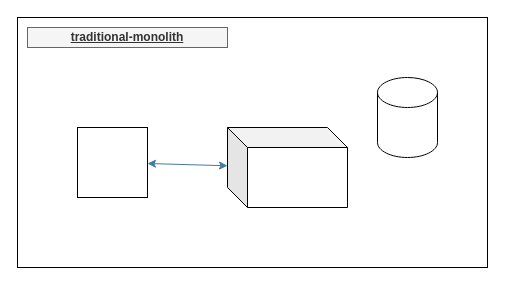
Before: traditional-monolith.drawio in omhmichaels/dockerized-deployment-pipelines, a draw.io diagram. Source tidied: cells renumbered, new cells numbered last; positions are measured from the earlier drawing's top-left corner, leaving out a move shared by most shapes. Both pictures are drawn from the tidied source at 100%, with x=0, y=0 at pixel (17, 17).
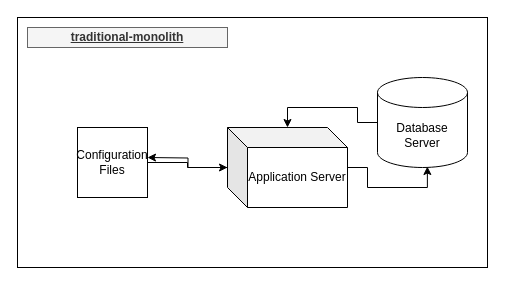
The same page after the edit.

What changed in the source:
```diff
@@
 <mxGraphModel>
   <root>
     <mxCell id="0" />
     <mxCell id="1" parent="0" />
     <mxCell id="2" style="rounded=0;whiteSpace=wrap;html=1;" parent="1" vertex="1">
       <mxGeometry width="470" height="250" as="geometry" />
     </mxCell>
     <mxCell id="3" value="&lt;p&gt;&lt;b&gt;&lt;u&gt;traditional-monolith&lt;/u&gt;&lt;/b&gt;&lt;/p&gt;" style="text;html=1;strokeColor=#666666;align=center;verticalAlign=middle;whiteSpace=wrap;rounded=0;fillColor=#f5f5f5;fontColor=#333333;" parent="1" vertex="1">
       <mxGeometry x="10" y="10" width="200" height="20" as="geometry" />
     </mxCell>
     <mxCell id="4" parent="0" />
+    <mxCell id="10" style="edgeStyle=orthogonalEdgeStyle;rounded=0;jettySize=auto;html=1;" parent="4" edge="1" source="5" target="6">
+      <mxGeometry relative="1" as="geometry">
+        <Array as="points">
+          <mxPoint x="340" y="105" />
+          <mxPoint x="340" y="90" />
+          <mxPoint x="270" y="90" />
+        </Array>
+      </mxGeometry>
+    </mxCell>
-    <mxCell id="5" style="shape=cylinder3;whiteSpace=wrap;html=1;boundedLbl=1;backgroundOutline=1;size=15;fillColor=#ffffff;" parent="4" vertex="1">
-      <mxGeometry x="360" y="60" width="60" height="80" as="geometry" />
+    <mxCell id="5" value="Database Server" style="shape=cylinder3;whiteSpace=wrap;html=1;boundedLbl=1;backgroundOutline=1;size=15;fillColor=#ffffff;" parent="4" vertex="1">
+      <mxGeometry x="360" y="60" width="90" height="90" as="geometry" />
     </mxCell>
+    <mxCell id="11" style="edgeStyle=orthogonalEdgeStyle;rounded=0;jettySize=auto;html=1;entryX=0.554;entryY=0.989;entryDx=0;entryDy=0;entryPerimeter=0;" parent="4" edge="1" source="6" target="5">
+      <mxGeometry relative="1" as="geometry" />
+    </mxCell>
+    <mxCell id="12" style="edgeStyle=orthogonalEdgeStyle;rounded=0;jettySize=auto;html=1;" parent="4" edge="1" source="6">
+      <mxGeometry relative="1" as="geometry">
+        <mxPoint x="130" y="140" as="targetPoint" />
+      </mxGeometry>
+    </mxCell>
-    <mxCell id="6" style="shape=cube;whiteSpace=wrap;html=1;boundedLbl=1;backgroundOutline=1;darkOpacity=0.05;darkOpacity2=0.1;fillColor=#ffffff;" parent="4" vertex="1">
+    <mxCell id="6" value="Application Server" style="shape=cube;whiteSpace=wrap;html=1;boundedLbl=1;backgroundOutline=1;darkOpacity=0.05;darkOpacity2=0.1;fillColor=#ffffff;" parent="4" vertex="1">
       <mxGeometry x="210" y="110" width="120" height="80" as="geometry" />
     </mxCell>
+    <mxCell id="13" style="edgeStyle=orthogonalEdgeStyle;rounded=0;jettySize=auto;html=1;" parent="4" edge="1" source="7" target="6">
+      <mxGeometry relative="1" as="geometry" />
+    </mxCell>
-    <mxCell id="7" style="whiteSpace=wrap;html=1;fillColor=#ffffff;" parent="4" vertex="1">
+    <mxCell id="7" value="Configuration Files" style="whiteSpace=wrap;html=1;fillColor=#ffffff;" parent="4" vertex="1">
       <mxGeometry x="60" y="110" width="70" height="70" as="geometry" />
     </mxCell>
-    <mxCell id="8" style="endArrow=classic;startArrow=classic;html=1;strokeColor=#457B9D;fillColor=#A8DADC;fontColor=#1D3557;" parent="4" edge="1" source="6" target="7">
-      <mxGeometry relative="1" as="geometry" />
-    </mxCell>
     <mxCell id="9" style="endArrow=classic;startArrow=classic;html=1;strokeColor=#457B9D;fillColor=#A8DADC;fontColor=#1D3557;" parent="4" edge="1" source="6">
       <mxGeometry relative="1" as="geometry">
         <mxPoint x="210" y="150" as="targetPoint" />
       </mxGeometry>
     </mxCell>
   </root>
 </mxGraphModel>
```
